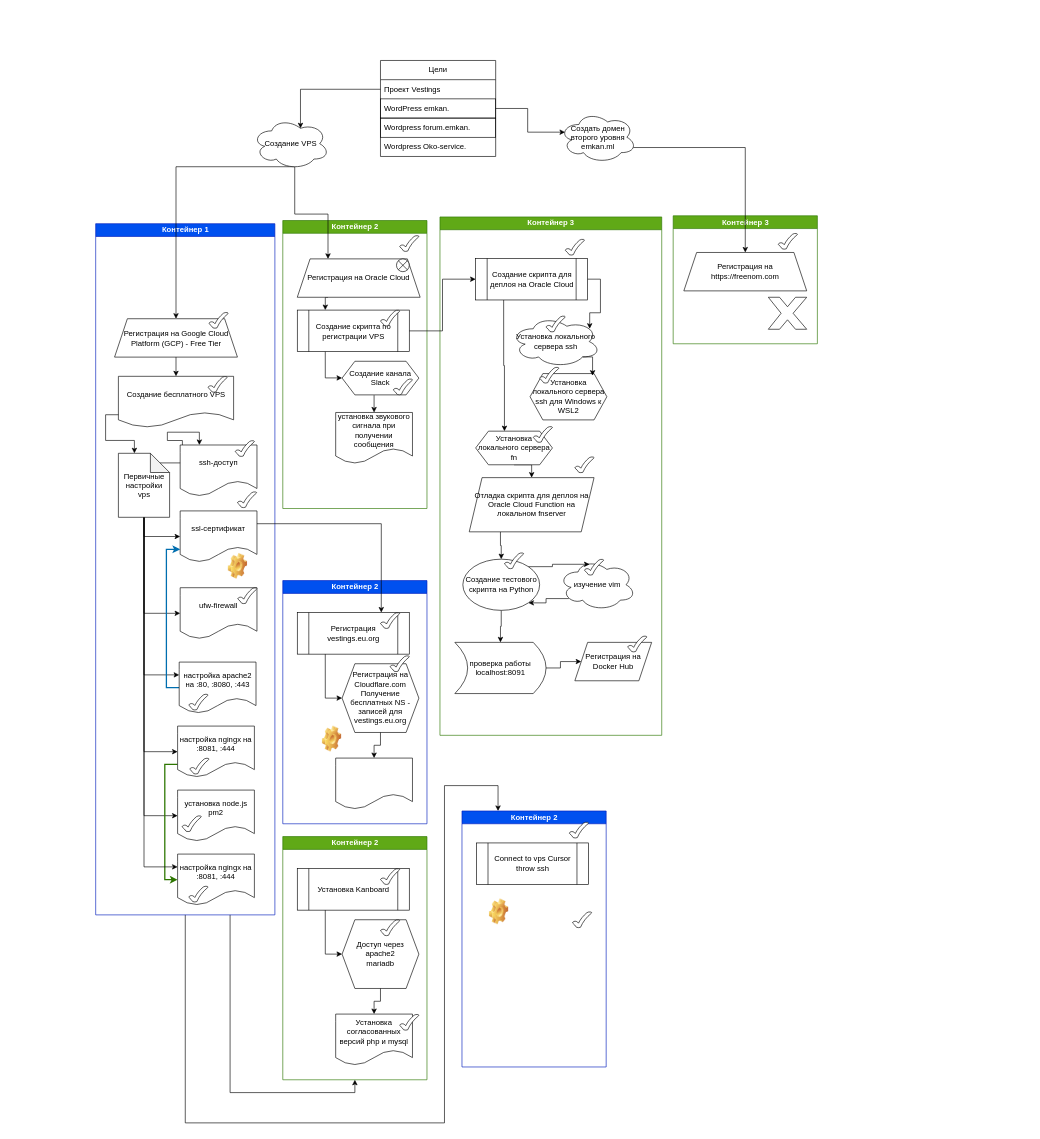
Before: ЖИЦЗО_1.drawio in ElvenRivendil/Diagrams_blocks_algoritms, a draw.io diagram. Source tidied: cells renumbered, new cells numbered last; positions are measured from the earlier drawing's top-left corner, leaving out a move shared by most shapes. Both pictures are drawn from the tidied source at 64%, with x=0, y=0 at pixel (-161, 60).
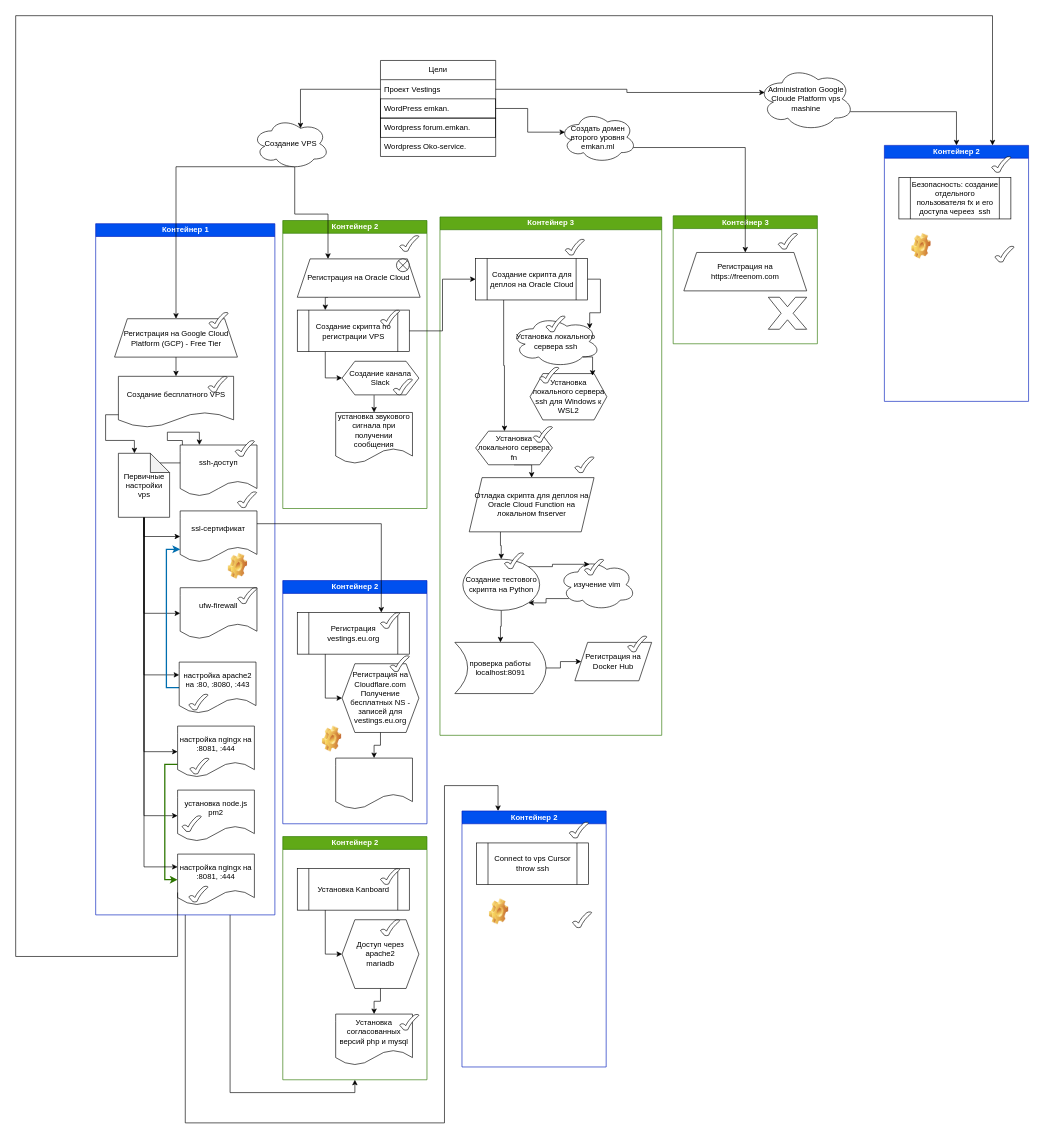
The same page after the edit.

Unchanged cells that the change refers to:
```xml
<mxCell id="30" value="настройка ngingx на :8081, :444" style="shape=document;whiteSpace=wrap;html=1;boundedLbl=1;" parent="4" vertex="1">
  <mxGeometry x="528" y="585" width="120" height="80" as="geometry" />
</mxCell>
<mxCell id="52" value="&lt;div&gt;Проект Vestings&lt;/div&gt;" style="text;align=left;verticalAlign=middle;spacingLeft=4;spacingRight=4;overflow=hidden;points=[[0,0.5],[1,0.5]];portConstraint=eastwest;whiteSpace=wrap;html=1;rounded=0;glass=0;" parent="51" vertex="1">
  <mxGeometry y="30" width="180" height="30" as="geometry" />
</mxCell>
```

Diff of the diagram source:
```diff
@@
+    <mxCell id="116" value="&lt;div&gt;Контейнер 2&lt;/div&gt;" style="swimlane;html=1;startSize=20;horizontal=0;rotation=90;fillColor=#0050ef;fontColor=#ffffff;strokeColor=#001DBC;" parent="1" vertex="1">
+      <mxGeometry x="1545" y="220" width="400" height="225.3" as="geometry" />
+    </mxCell>
+    <mxCell id="117" value="Безопасность: создание отдельного пользователя fx и его доступа череез&amp;nbsp; ssh" style="shape=process;whiteSpace=wrap;html=1;backgroundOutline=1;" parent="116" vertex="1">
+      <mxGeometry x="110" y="-37.4" width="175" height="65" as="geometry" />
+    </mxCell>
+    <mxCell id="118" style="verticalLabelPosition=bottom;verticalAlign=top;html=1;shape=mxgraph.basic.tick;" parent="116" vertex="1">
+      <mxGeometry x="255" y="-70" width="30" height="25" as="geometry" />
+    </mxCell>
+    <mxCell id="119" style="verticalLabelPosition=bottom;verticalAlign=top;html=1;shape=mxgraph.basic.tick;" parent="116" vertex="1">
+      <mxGeometry x="260" y="70.1" width="30" height="25" as="geometry" />
+    </mxCell>
+    <mxCell id="120" style="shape=image;html=1;verticalLabelPosition=bottom;verticalAlign=top;imageAspect=0;image=img/clipart/Gear_128x128.png;" parent="116" vertex="1">
+      <mxGeometry x="130" y="50" width="30" height="40" as="geometry" />
+    </mxCell>
+    <mxCell id="121" style="edgeStyle=orthogonalEdgeStyle;rounded=0;jettySize=auto;html=1;exitX=0.96;exitY=0.7;exitDx=0;exitDy=0;exitPerimeter=0;entryX=0;entryY=0.5;entryDx=0;entryDy=0;" parent="1" edge="1" source="122" target="116">
+      <mxGeometry relative="1" as="geometry" />
+    </mxCell>
+    <mxCell id="122" value="Administration Google Cloude Platform vps mashine" style="ellipse;shape=cloud;whiteSpace=wrap;html=1;" parent="1" vertex="1">
+      <mxGeometry x="1435" y="10" width="150" height="100" as="geometry" />
+    </mxCell>
+    <mxCell id="123" style="edgeStyle=orthogonalEdgeStyle;rounded=0;jettySize=auto;html=1;exitX=1;exitY=0.5;exitDx=0;exitDy=0;entryX=0.07;entryY=0.4;entryDx=0;entryDy=0;entryPerimeter=0;" parent="1" edge="1" source="52" target="122">
+      <mxGeometry relative="1" as="geometry" />
+    </mxCell>
+    <mxCell id="124" style="edgeStyle=orthogonalEdgeStyle;rounded=0;jettySize=auto;html=1;exitX=0;exitY=0.75;exitDx=0;exitDy=0;entryX=0;entryY=0.25;entryDx=0;entryDy=0;" parent="1" edge="1" source="30" target="116">
+      <mxGeometry relative="1" as="geometry">
+        <Array as="points">
+          <mxPoint x="528" y="1400" />
+          <mxPoint x="275" y="1400" />
+          <mxPoint x="275" y="-70" />
+          <mxPoint x="1801" y="-70" />
+        </Array>
+      </mxGeometry>
+    </mxCell>
```
